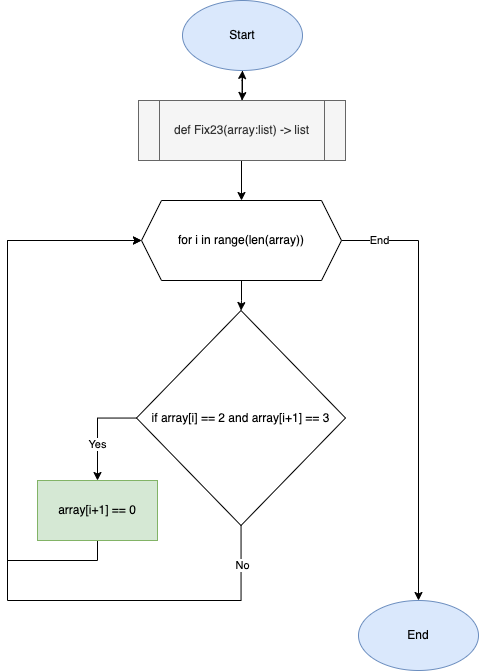
This is 100_quizzes/Q40.drawio.png from MichaelT2828/Unit_3, a draw.io export, as it was before one commit. Source tidied: cells renumbered, new cells last; positions are measured from the earlier drawing's top-left corner, leaving out a move shared by most shapes. Its diagram source:
```xml
<mxGraphModel>
  <root>
    <mxCell id="0" />
    <mxCell id="1" parent="0" />
    <mxCell id="2" style="edgeStyle=orthogonalEdgeStyle;rounded=0;jettySize=auto;html=1;" parent="1" edge="1" source="3" target="6">
      <mxGeometry relative="1" as="geometry" />
    </mxCell>
    <mxCell id="3" value="Start" style="ellipse;whiteSpace=wrap;html=1;fillColor=#dae8fc;strokeColor=#6c8ebf;" parent="1" vertex="1">
      <mxGeometry x="175" width="120" height="70" as="geometry" />
    </mxCell>
    <mxCell id="4" style="edgeStyle=orthogonalEdgeStyle;rounded=0;jettySize=auto;html=1;" parent="1" edge="1" target="10">
      <mxGeometry relative="1" as="geometry">
        <mxPoint x="234" y="160" as="sourcePoint" />
      </mxGeometry>
    </mxCell>
    <mxCell id="5" style="edgeStyle=orthogonalEdgeStyle;rounded=0;jettySize=auto;html=1;" parent="1" edge="1" source="6" target="3">
      <mxGeometry relative="1" as="geometry" />
    </mxCell>
    <mxCell id="6" value="def Fix23(array:list) -&amp;gt; list" style="shape=process;whiteSpace=wrap;html=1;backgroundOutline=1;fillColor=#f5f5f5;fontColor=#333333;strokeColor=#666666;" parent="1" vertex="1">
      <mxGeometry x="131" y="100" width="207" height="60" as="geometry" />
    </mxCell>
    <mxCell id="7" style="edgeStyle=orthogonalEdgeStyle;rounded=0;jettySize=auto;html=1;" parent="1" edge="1" source="10" target="15">
      <mxGeometry relative="1" as="geometry" />
    </mxCell>
    <mxCell id="8" style="edgeStyle=orthogonalEdgeStyle;rounded=0;jettySize=auto;html=1;" parent="1" edge="1" source="10">
      <mxGeometry relative="1" as="geometry">
        <mxPoint x="411" y="600" as="targetPoint" />
      </mxGeometry>
    </mxCell>
    <mxCell id="9" value="End" style="edgeLabel;html=1;align=center;verticalAlign=middle;" parent="8" vertex="1">
      <mxGeometry x="-0.83" relative="1" as="geometry" />
    </mxCell>
    <mxCell id="10" value="for i in range(len(array))" style="shape=hexagon;perimeter=hexagonPerimeter2;whiteSpace=wrap;html=1;fixedSize=1;" parent="1" vertex="1">
      <mxGeometry x="134" y="200" width="200" height="80" as="geometry" />
    </mxCell>
    <mxCell id="11" style="edgeStyle=orthogonalEdgeStyle;rounded=0;jettySize=auto;html=1;entryX=0.5;entryY=0;entryDx=0;entryDy=0;" parent="1" edge="1" source="15" target="17">
      <mxGeometry relative="1" as="geometry">
        <Array as="points">
          <mxPoint x="90" y="418" />
        </Array>
      </mxGeometry>
    </mxCell>
    <mxCell id="12" value="Yes" style="edgeLabel;html=1;align=center;verticalAlign=middle;" parent="11" vertex="1">
      <mxGeometry x="0.28" relative="1" as="geometry" />
    </mxCell>
    <mxCell id="13" style="edgeStyle=orthogonalEdgeStyle;rounded=0;jettySize=auto;html=1;entryX=0;entryY=0.5;entryDx=0;entryDy=0;" parent="1" edge="1" source="15" target="10">
      <mxGeometry relative="1" as="geometry">
        <Array as="points">
          <mxPoint x="234" y="600" />
          <mxPoint y="600" />
          <mxPoint y="240" />
        </Array>
      </mxGeometry>
    </mxCell>
    <mxCell id="14" value="No" style="edgeLabel;html=1;align=center;verticalAlign=middle;" parent="13" vertex="1">
      <mxGeometry x="-0.9" y="1" relative="1" as="geometry">
        <mxPoint y="1" as="offset" />
      </mxGeometry>
    </mxCell>
    <mxCell id="15" value="if array[i] == 2 and array[i+1] == 3" style="rhombus;whiteSpace=wrap;html=1;" parent="1" vertex="1">
      <mxGeometry x="129" y="310" width="209" height="215" as="geometry" />
    </mxCell>
    <mxCell id="16" style="edgeStyle=orthogonalEdgeStyle;rounded=0;jettySize=auto;html=1;entryX=0;entryY=0.5;entryDx=0;entryDy=0;" parent="1" edge="1" source="17" target="10">
      <mxGeometry relative="1" as="geometry">
        <Array as="points">
          <mxPoint x="90" y="560" />
          <mxPoint y="560" />
          <mxPoint y="240" />
        </Array>
      </mxGeometry>
    </mxCell>
    <mxCell id="17" value="array[i+1] == 0" style="rounded=0;whiteSpace=wrap;html=1;fillColor=#d5e8d4;strokeColor=#82b366;" parent="1" vertex="1">
      <mxGeometry x="30" y="480" width="120" height="60" as="geometry" />
    </mxCell>
    <mxCell id="18" value="End" style="ellipse;whiteSpace=wrap;html=1;fillColor=#dae8fc;strokeColor=#6c8ebf;" parent="1" vertex="1">
      <mxGeometry x="351" y="600" width="120" height="70" as="geometry" />
    </mxCell>
  </root>
</mxGraphModel>
```
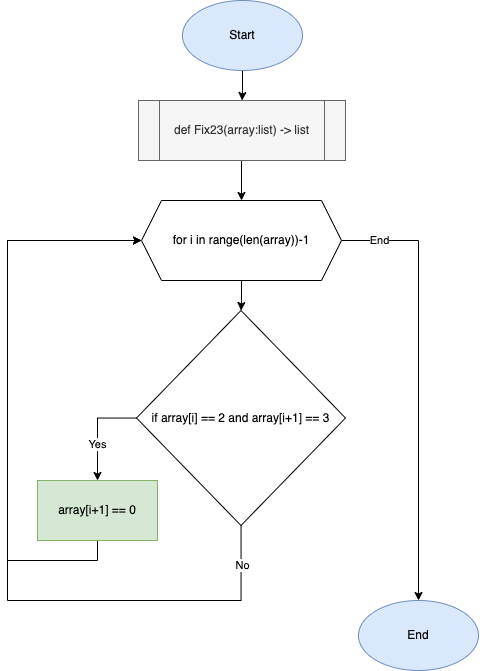
Above is the later version.

What changed in the source:
```diff
@@ -13,9 +13,6 @@
         <mxPoint x="234" y="160" as="sourcePoint" />
       </mxGeometry>
     </mxCell>
-    <mxCell id="5" style="edgeStyle=orthogonalEdgeStyle;rounded=0;jettySize=auto;html=1;" parent="1" edge="1" source="6" target="3">
-      <mxGeometry relative="1" as="geometry" />
-    </mxCell>
     <mxCell id="6" value="def Fix23(array:list) -&amp;gt; list" style="shape=process;whiteSpace=wrap;html=1;backgroundOutline=1;fillColor=#f5f5f5;fontColor=#333333;strokeColor=#666666;" parent="1" vertex="1">
       <mxGeometry x="131" y="100" width="207" height="60" as="geometry" />
     </mxCell>
@@ -30,7 +27,7 @@
     <mxCell id="9" value="End" style="edgeLabel;html=1;align=center;verticalAlign=middle;" parent="8" vertex="1">
       <mxGeometry x="-0.83" relative="1" as="geometry" />
     </mxCell>
-    <mxCell id="10" value="for i in range(len(array))" style="shape=hexagon;perimeter=hexagonPerimeter2;whiteSpace=wrap;html=1;fixedSize=1;" parent="1" vertex="1">
+    <mxCell id="10" value="for i in range(len(array))-1" style="shape=hexagon;perimeter=hexagonPerimeter2;whiteSpace=wrap;html=1;fixedSize=1;" parent="1" vertex="1">
       <mxGeometry x="134" y="200" width="200" height="80" as="geometry" />
     </mxCell>
     <mxCell id="11" style="edgeStyle=orthogonalEdgeStyle;rounded=0;jettySize=auto;html=1;entryX=0.5;entryY=0;entryDx=0;entryDy=0;" parent="1" edge="1" source="15" target="17">
```
